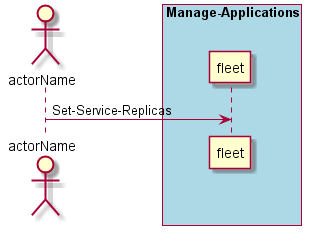
CAADE/fleet keeps this PlantUML diagram as docs/UseCases/Manage-Applications/Set-Service-Replicas.png. Above is the earlier version. Its diagram source:
```plantuml
@startuml
Actor "actorName" as A

box "Manage-Applications" #lightblue
participant "fleet" as S
A -> S : Set-Service-Replicas
end box

@enduml
```
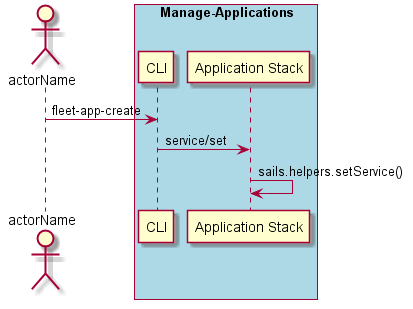
After the change.

What changed in the source:
```diff
@@ -2,8 +2,12 @@
 Actor "actorName" as A
 
 box "Manage-Applications" #lightblue
-participant "fleet" as S
-A -> S : Set-Service-Replicas
+participant "CLI" as S
+A -> S : fleet-app-create
+participant "Application Stack" as AS
+S -> AS : service/set
+AS -> AS : sails.helpers.setService()
 end box
 
+
 @enduml
```
